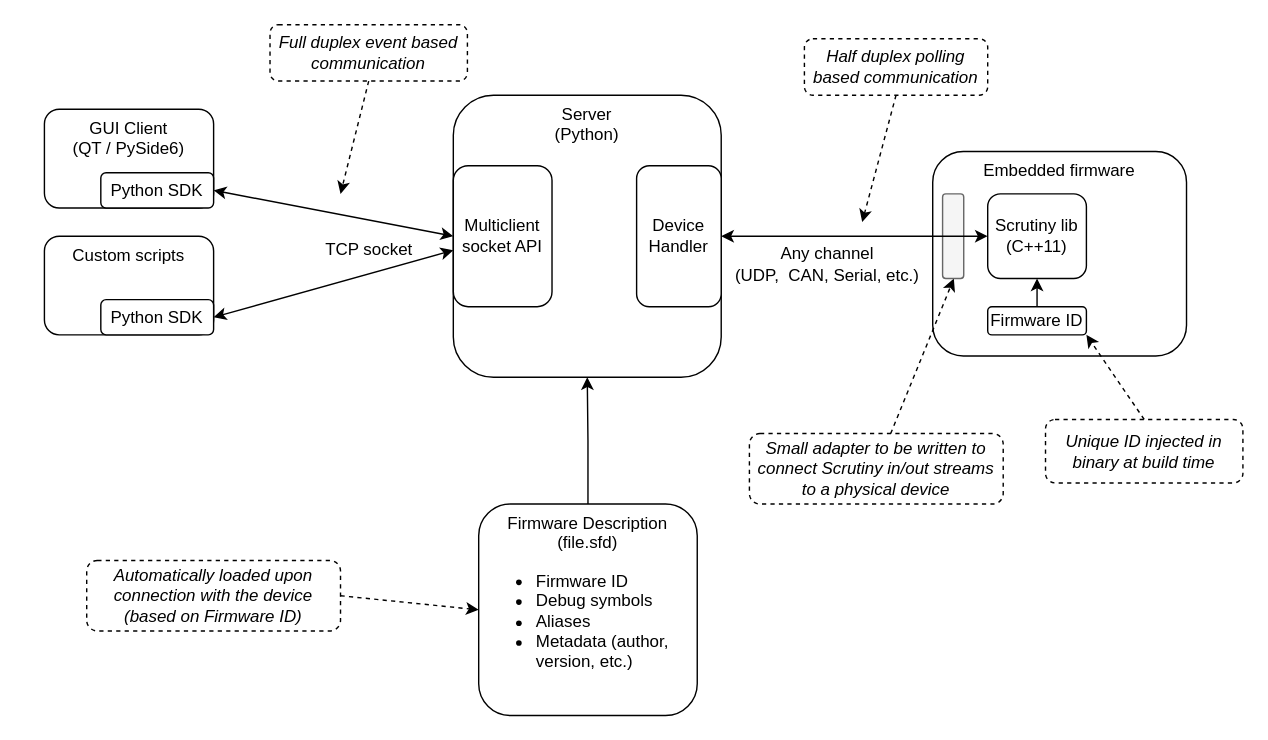
Before: draw.io/global_architecture.drawio in scrutinydebugger/scrutiny-devtools, a draw.io diagram. Source tidied: cells renumbered, new cells numbered last; positions are measured from the earlier drawing's top-left corner, leaving out a move shared by most shapes. Both pictures are drawn from the tidied source at 141%, with x=0, y=0 at pixel (44, 24).
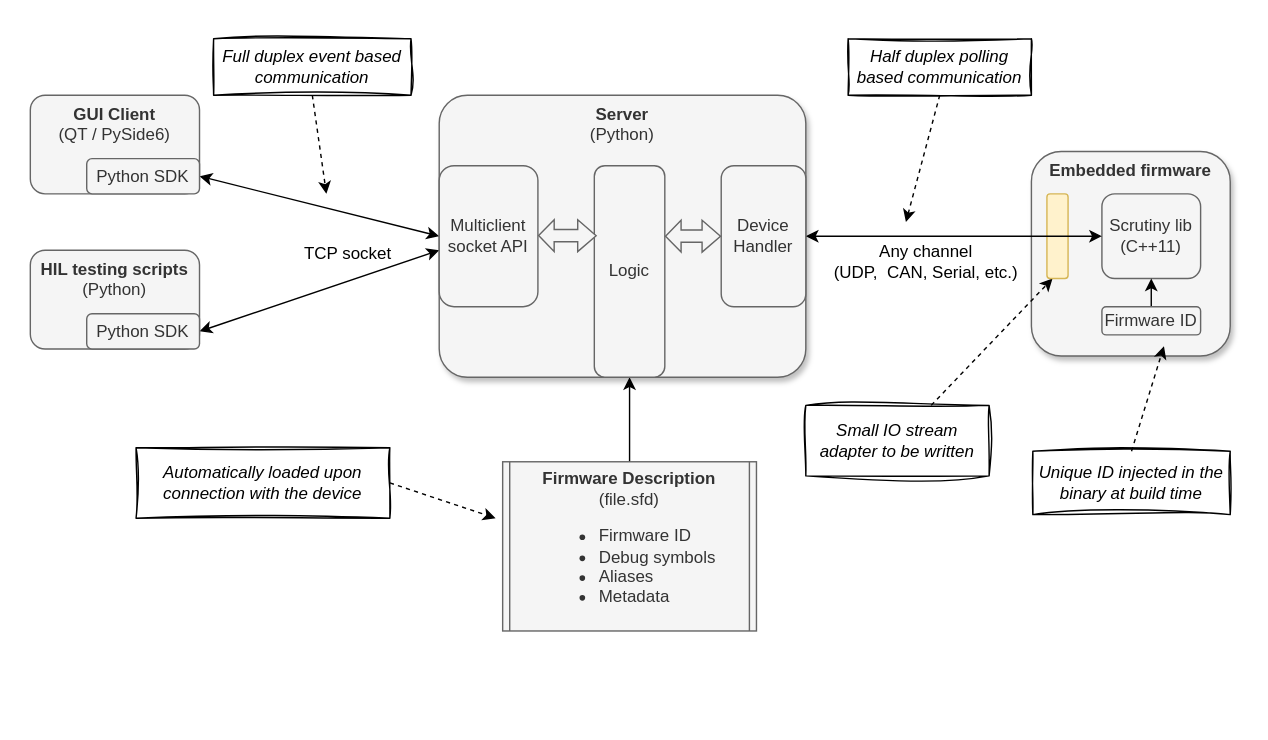
Above is the later version.

The edit, as a diff of the source:
```diff
@@
-    <mxCell id="2" value="&lt;div&gt;Server&lt;/div&gt;&lt;div&gt;(Python)&lt;br&gt;&lt;/div&gt;" style="rounded=1;whiteSpace=wrap;html=1;verticalAlign=top;" parent="1" vertex="1">
-      <mxGeometry x="290" y="50" width="190" height="200" as="geometry" />
+    <mxCell id="2" value="&lt;div&gt;&lt;b&gt;Server&lt;/b&gt;&lt;/div&gt;&lt;div&gt;(Python)&lt;br&gt;&lt;/div&gt;" style="rounded=1;whiteSpace=wrap;html=1;verticalAlign=top;arcSize=10;fillColor=#f5f5f5;strokeColor=#666666;fontColor=#333333;shadow=1;" parent="1" vertex="1">
+      <mxGeometry x="280" y="50" width="260" height="200" as="geometry" />
     </mxCell>
-    <mxCell id="3" value="Embedded firmware" style="rounded=1;whiteSpace=wrap;html=1;verticalAlign=top;align=center;" parent="1" vertex="1">
-      <mxGeometry x="630" y="90" width="180" height="145" as="geometry" />
+    <mxCell id="3" value="&lt;b&gt;Embedded firmware&lt;/b&gt;" style="rounded=1;whiteSpace=wrap;html=1;verticalAlign=top;align=center;fillColor=#f5f5f5;strokeColor=#666666;fontColor=#333333;shadow=1;" parent="1" vertex="1">
+      <mxGeometry x="700" y="90" width="141" height="145" as="geometry" />
     </mxCell>
-    <mxCell id="4" value="&lt;div&gt;Scrutiny lib (C++11)&lt;/div&gt;" style="rounded=1;whiteSpace=wrap;html=1;" parent="1" vertex="1">
-      <mxGeometry x="669" y="120" width="70" height="60" as="geometry" />
+    <mxCell id="4" value="&lt;div&gt;Scrutiny lib (C++11)&lt;/div&gt;" style="rounded=1;whiteSpace=wrap;html=1;fillColor=#f5f5f5;strokeColor=#666666;fontColor=#333333;" parent="1" vertex="1">
+      <mxGeometry x="750" y="120" width="70" height="60" as="geometry" />
     </mxCell>
@@
-    <mxCell id="7" value="&lt;div&gt;Multiclient &lt;br&gt;&lt;/div&gt;&lt;div&gt;socket API&lt;/div&gt;" style="rounded=1;whiteSpace=wrap;html=1;verticalAlign=middle;" parent="1" vertex="1">
-      <mxGeometry x="290" y="100" width="70" height="100" as="geometry" />
+    <mxCell id="7" value="&lt;div&gt;Multiclient &lt;br&gt;&lt;/div&gt;&lt;div&gt;socket API&lt;/div&gt;" style="rounded=1;whiteSpace=wrap;html=1;verticalAlign=middle;fillColor=#f5f5f5;strokeColor=#666666;fontColor=#333333;" parent="1" vertex="1">
+      <mxGeometry x="280" y="100" width="70" height="100" as="geometry" />
     </mxCell>
-    <mxCell id="8" value="Half duplex polling based communication" style="rounded=1;whiteSpace=wrap;html=1;dashed=1;verticalAlign=middle;fontStyle=2;spacingLeft=5;spacingRight=5;spacing=-1;spacingBottom=5;spacingTop=5;" parent="1" vertex="1">
-      <mxGeometry x="539" y="10" width="130" height="40" as="geometry" />
+    <mxCell id="8" value="Half duplex polling based communication" style="rounded=0;whiteSpace=wrap;html=1;verticalAlign=middle;fontStyle=2;spacingLeft=5;spacingRight=5;spacing=-1;spacingBottom=5;spacingTop=5;fillColor=default;sketch=1;curveFitting=1;jiggle=2;" parent="1" vertex="1">
+      <mxGeometry x="570" y="10" width="130" height="40" as="geometry" />
     </mxCell>
-    <mxCell id="9" value="Small adapter to be written to connect Scrutiny in/out streams to a physical device" style="rounded=1;whiteSpace=wrap;html=1;dashed=1;verticalAlign=middle;fontStyle=2;fontFamily=Helvetica;" parent="1" vertex="1">
-      <mxGeometry x="500" y="290" width="180" height="50" as="geometry" />
+    <mxCell id="9" value="Small IO stream adapter to be written" style="rounded=0;whiteSpace=wrap;html=1;verticalAlign=middle;fontStyle=2;fontFamily=Helvetica;sketch=1;curveFitting=1;jiggle=2;fillColor=default;" parent="1" vertex="1">
+      <mxGeometry x="540" y="270" width="130" height="50" as="geometry" />
     </mxCell>
     <mxCell id="10" style="endArrow=classic;html=1;rounded=0;dashed=1;" parent="1" edge="1" source="9">
       <mxGeometry relative="1" as="geometry">
-        <mxPoint x="645" y="180" as="targetPoint" />
+        <mxPoint x="715" y="180" as="targetPoint" />
       </mxGeometry>
     </mxCell>
-    <mxCell id="11" style="rounded=1;whiteSpace=wrap;html=1;fillColor=#f5f5f5;fontColor=#333333;strokeColor=#666666;" parent="1" vertex="1">
-      <mxGeometry x="637" y="120" width="15" height="60" as="geometry" />
+    <mxCell id="11" style="rounded=1;whiteSpace=wrap;html=1;fillColor=#fff2cc;strokeColor=#d6b656;" parent="1" vertex="1">
+      <mxGeometry x="711" y="120" width="15" height="60" as="geometry" />
     </mxCell>
@@
     <mxCell id="13" value="TCP socket" style="text;html=1;align=center;verticalAlign=middle;strokeColor=none;fillColor=none;" parent="1" vertex="1">
-      <mxGeometry x="185" y="145" width="90" height="30" as="geometry" />
+      <mxGeometry x="170" y="147.5" width="90" height="30" as="geometry" />
     </mxCell>
-    <mxCell id="14" value="Full duplex event based communication" style="rounded=1;whiteSpace=wrap;html=1;dashed=1;verticalAlign=middle;fontStyle=2;spacingTop=5;spacingLeft=5;spacingBottom=5;spacingRight=5;" parent="1" vertex="1">
-      <mxGeometry x="160" width="140" height="40" as="geometry" />
+    <mxCell id="14" value="Full duplex event based communication" style="rounded=0;whiteSpace=wrap;html=1;verticalAlign=middle;fontStyle=2;spacingTop=5;spacingLeft=5;spacingBottom=5;spacingRight=5;fillColor=default;sketch=1;curveFitting=1;jiggle=2;" parent="1" vertex="1">
+      <mxGeometry x="120" y="10" width="140" height="40" as="geometry" />
     </mxCell>
     <mxCell id="15" style="endArrow=classic;html=1;rounded=0;dashed=1;exitX=0.5;exitY=1;exitDx=0;exitDy=0;" parent="1" edge="1" source="8">
       <mxGeometry relative="1" as="geometry">
-        <mxPoint x="580" y="140" as="targetPoint" />
+        <mxPoint x="611" y="140" as="targetPoint" />
       </mxGeometry>
     </mxCell>
     <mxCell id="16" style="endArrow=classic;html=1;rounded=0;dashed=1;exitX=0.5;exitY=1;exitDx=0;exitDy=0;" parent="1" edge="1" source="14">
       <mxGeometry relative="1" as="geometry">
-        <mxPoint x="210" y="120" as="targetPoint" />
+        <mxPoint x="200" y="120" as="targetPoint" />
       </mxGeometry>
     </mxCell>
     <mxCell id="17" value="Any channel&lt;br&gt;&lt;div&gt;(UDP,&amp;nbsp; CAN, Serial, etc.)&lt;/div&gt;" style="text;html=1;align=center;verticalAlign=middle;strokeColor=none;fillColor=none;" parent="1" vertex="1">
-      <mxGeometry x="480" y="150" width="150" height="40" as="geometry" />
+      <mxGeometry x="550" y="147.5" width="150" height="40" as="geometry" />
     </mxCell>
-    <mxCell id="18" style="edgeStyle=orthogonalEdgeStyle;rounded=0;jettySize=auto;html=1;exitX=0.5;exitY=0;exitDx=0;exitDy=0;" parent="1" edge="1" source="19" target="2">
+    <mxCell id="18" style="edgeStyle=orthogonalEdgeStyle;rounded=0;jettySize=auto;html=1;exitX=0.5;exitY=0;exitDx=0;exitDy=0;" parent="1" edge="1" source="36" target="33">
       <mxGeometry relative="1" as="geometry" />
     </mxCell>
-    <mxCell id="19" value="&lt;div align=&quot;center&quot;&gt;Firmware Description&lt;br&gt;(file.sfd)&lt;br&gt;&lt;/div&gt;&lt;div align=&quot;left&quot;&gt;&lt;ul&gt;&lt;li&gt;Firmware ID&lt;/li&gt;&lt;li&gt;Debug symbols&lt;/li&gt;&lt;li&gt;Aliases&lt;/li&gt;&lt;li&gt;Metadata (author, version, etc.)&lt;br&gt;&lt;/li&gt;&lt;/ul&gt;&lt;/div&gt;" style="rounded=1;whiteSpace=wrap;html=1;verticalAlign=top;" parent="1" vertex="1">
-      <mxGeometry x="308" y="340" width="155" height="150" as="geometry" />
-    </mxCell>
-    <mxCell id="20" value="Device Handler" style="rounded=1;whiteSpace=wrap;html=1;verticalAlign=middle;" parent="1" vertex="1">
-      <mxGeometry x="420" y="100" width="60" height="100" as="geometry" />
+    <mxCell id="20" value="Device Handler" style="rounded=1;whiteSpace=wrap;html=1;verticalAlign=middle;fillColor=#f5f5f5;strokeColor=#666666;fontColor=#333333;" parent="1" vertex="1">
+      <mxGeometry x="480" y="100" width="60" height="100" as="geometry" />
     </mxCell>
@@
-    <mxCell id="22" value="Firmware ID" style="rounded=1;whiteSpace=wrap;html=1;" parent="1" vertex="1">
-      <mxGeometry x="669" y="200" width="70" height="20" as="geometry" />
+    <mxCell id="22" value="Firmware ID" style="rounded=1;whiteSpace=wrap;html=1;fillColor=#f5f5f5;strokeColor=#666666;fontColor=#333333;" parent="1" vertex="1">
+      <mxGeometry x="750" y="200" width="70" height="20" as="geometry" />
     </mxCell>
-    <mxCell id="23" value="Unique ID injected in binary at build time" style="rounded=1;whiteSpace=wrap;html=1;dashed=1;verticalAlign=middle;fontStyle=2;" parent="1" vertex="1">
-      <mxGeometry x="710" y="280" width="140" height="45" as="geometry" />
+    <mxCell id="23" value="Unique ID injected in the binary at build time" style="rounded=0;whiteSpace=wrap;html=1;verticalAlign=middle;fontStyle=2;fillColor=default;sketch=1;curveFitting=1;jiggle=2;" parent="1" vertex="1">
+      <mxGeometry x="701" y="302.5" width="140" height="45" as="geometry" />
     </mxCell>
-    <mxCell id="24" style="endArrow=classic;html=1;rounded=0;dashed=1;entryX=1;entryY=1;entryDx=0;entryDy=0;exitX=0.5;exitY=0;exitDx=0;exitDy=0;" parent="1" edge="1" source="23" target="22">
-      <mxGeometry relative="1" as="geometry" />
+    <mxCell id="24" style="endArrow=classic;html=1;rounded=0;dashed=1;exitX=0.5;exitY=0;exitDx=0;exitDy=0;" parent="1" edge="1" source="23">
+      <mxGeometry relative="1" as="geometry">
+        <mxPoint x="794" y="228" as="targetPoint" />
+      </mxGeometry>
     </mxCell>
-    <mxCell id="25" value="&lt;div&gt;Automatically loaded upon connection with the device&lt;/div&gt;&lt;div&gt;(based on Firmware ID)&lt;/div&gt;" style="rounded=1;whiteSpace=wrap;html=1;dashed=1;verticalAlign=middle;fontStyle=2;fontFamily=Helvetica;" parent="1" vertex="1">
-      <mxGeometry x="30" y="380" width="180" height="50" as="geometry" />
+    <mxCell id="25" value="&lt;div&gt;Automatically loaded upon connection with the device&lt;/div&gt;" style="rounded=0;whiteSpace=wrap;html=1;verticalAlign=middle;fontStyle=2;fontFamily=Helvetica;fillColor=default;sketch=1;curveFitting=1;jiggle=2;" parent="1" vertex="1">
+      <mxGeometry x="65" y="300" width="180" height="50" as="geometry" />
     </mxCell>
-    <mxCell id="26" style="endArrow=classic;html=1;rounded=0;dashed=1;entryX=0;entryY=0.5;entryDx=0;entryDy=0;exitX=1;exitY=0.5;exitDx=0;exitDy=0;" parent="1" edge="1" source="25" target="19">
-      <mxGeometry relative="1" as="geometry" />
+    <mxCell id="26" style="endArrow=classic;html=1;rounded=0;dashed=1;exitX=1;exitY=0.5;exitDx=0;exitDy=0;" parent="1" edge="1" source="25">
+      <mxGeometry relative="1" as="geometry">
+        <mxPoint x="320" y="350" as="targetPoint" />
+      </mxGeometry>
     </mxCell>
-    <mxCell id="27" style="group;" parent="1" vertex="1">
-      <mxGeometry y="150" width="120" height="70" as="geometry" />
+    <mxCell id="27" style="group;shadow=1;" parent="1" vertex="1">
+      <mxGeometry x="-10" y="160" width="120" height="70" as="geometry" />
     </mxCell>
-    <mxCell id="28" value="Custom scripts" style="rounded=1;whiteSpace=wrap;html=1;verticalAlign=top;" parent="27" vertex="1">
+    <mxCell id="28" value="&lt;div&gt;&lt;b&gt;HIL testing scripts&lt;/b&gt;&lt;/div&gt;(Python)" style="rounded=1;whiteSpace=wrap;html=1;verticalAlign=top;fillColor=#f5f5f5;fontColor=#333333;strokeColor=#666666;" parent="27" vertex="1">
       <mxGeometry width="120" height="70" as="geometry" />
     </mxCell>
-    <mxCell id="29" value="Python SDK" style="rounded=1;whiteSpace=wrap;html=1;" parent="27" vertex="1">
+    <mxCell id="29" value="Python SDK" style="rounded=1;whiteSpace=wrap;html=1;fillColor=#f5f5f5;strokeColor=#666666;fontColor=#333333;" parent="27" vertex="1">
       <mxGeometry x="40" y="45" width="80" height="25" as="geometry" />
     </mxCell>
-    <mxCell id="30" style="group;" parent="1" vertex="1">
-      <mxGeometry y="60" width="120" height="70" as="geometry" />
+    <mxCell id="30" style="group;shadow=1;" parent="1" vertex="1">
+      <mxGeometry x="-10" y="50" width="120" height="70" as="geometry" />
     </mxCell>
-    <mxCell id="31" value="&lt;div&gt;GUI Client&lt;br&gt;(QT / PySide6)&lt;br&gt;&lt;/div&gt;" style="rounded=1;whiteSpace=wrap;html=1;verticalAlign=top;" parent="30" vertex="1">
+    <mxCell id="31" value="&lt;div&gt;&lt;b&gt;GUI Client&lt;/b&gt;&lt;br&gt;(QT / PySide6)&lt;br&gt;&lt;/div&gt;" style="rounded=1;whiteSpace=wrap;html=1;verticalAlign=top;fillColor=#f5f5f5;fontColor=#333333;strokeColor=#666666;" parent="30" vertex="1">
       <mxGeometry width="120" height="70" as="geometry" />
     </mxCell>
-    <mxCell id="32" value="Python SDK" style="rounded=1;whiteSpace=wrap;html=1;" parent="30" vertex="1">
+    <mxCell id="32" value="Python SDK" style="rounded=1;whiteSpace=wrap;html=1;fillColor=#f5f5f5;strokeColor=#666666;fontColor=#333333;" parent="30" vertex="1">
       <mxGeometry x="40" y="45" width="80" height="25" as="geometry" />
     </mxCell>
+    <mxCell id="33" value="Logic" style="rounded=1;whiteSpace=wrap;html=1;verticalAlign=middle;fillColor=#f5f5f5;strokeColor=#666666;fontColor=#333333;" parent="1" vertex="1">
+      <mxGeometry x="390" y="100" width="50" height="150" as="geometry" />
+    </mxCell>
+    <mxCell id="34" style="shape=flexArrow;endArrow=classic;startArrow=classic;html=1;rounded=0;entryX=0;entryY=0.5;entryDx=0;entryDy=0;width=8.653846153846153;endSize=4.0249999999999995;startWidth=12.948717948717947;startSize=3.346153846153846;endWidth=12.948717948717947;fillColor=#f5f5f5;strokeColor=#666666;" parent="1" edge="1" target="20">
+      <mxGeometry relative="1" as="geometry">
+        <mxPoint x="440" y="150" as="sourcePoint" />
+      </mxGeometry>
+    </mxCell>
+    <mxCell id="35" style="shape=flexArrow;endArrow=classic;startArrow=classic;html=1;rounded=0;entryX=0.036;entryY=0.331;entryDx=0;entryDy=0;entryPerimeter=0;exitX=0.98;exitY=0.37;exitDx=0;exitDy=0;exitPerimeter=0;width=8.653846153846153;endSize=4.0249999999999995;startWidth=12.948717948717947;startSize=3.346153846153846;endWidth=12.948717948717947;fillColor=#f5f5f5;strokeColor=#666666;" parent="1" edge="1" target="33">
+      <mxGeometry relative="1" as="geometry">
+        <mxPoint x="350" y="149.6" as="sourcePoint" />
+      </mxGeometry>
+    </mxCell>
+    <mxCell id="36" value="&lt;div align=&quot;center&quot;&gt;&lt;b&gt;Firmware Description&lt;/b&gt;&lt;br&gt;(file.sfd)&lt;br&gt;&lt;/div&gt;&lt;div align=&quot;left&quot;&gt;&lt;ul&gt;&lt;li&gt;Firmware ID&lt;/li&gt;&lt;li&gt;Debug symbols&lt;/li&gt;&lt;li&gt;Aliases&lt;/li&gt;&lt;li&gt;Metadata&amp;nbsp;&lt;/li&gt;&lt;/ul&gt;&lt;/div&gt;" style="shape=process;whiteSpace=wrap;html=1;backgroundOutline=1;fillColor=#f5f5f5;fontColor=#333333;strokeColor=#666666;size=0.027777777777777776;" parent="1" vertex="1">
+      <mxGeometry x="325" y="310" width="180" height="120" as="geometry" />
+    </mxCell>
```
